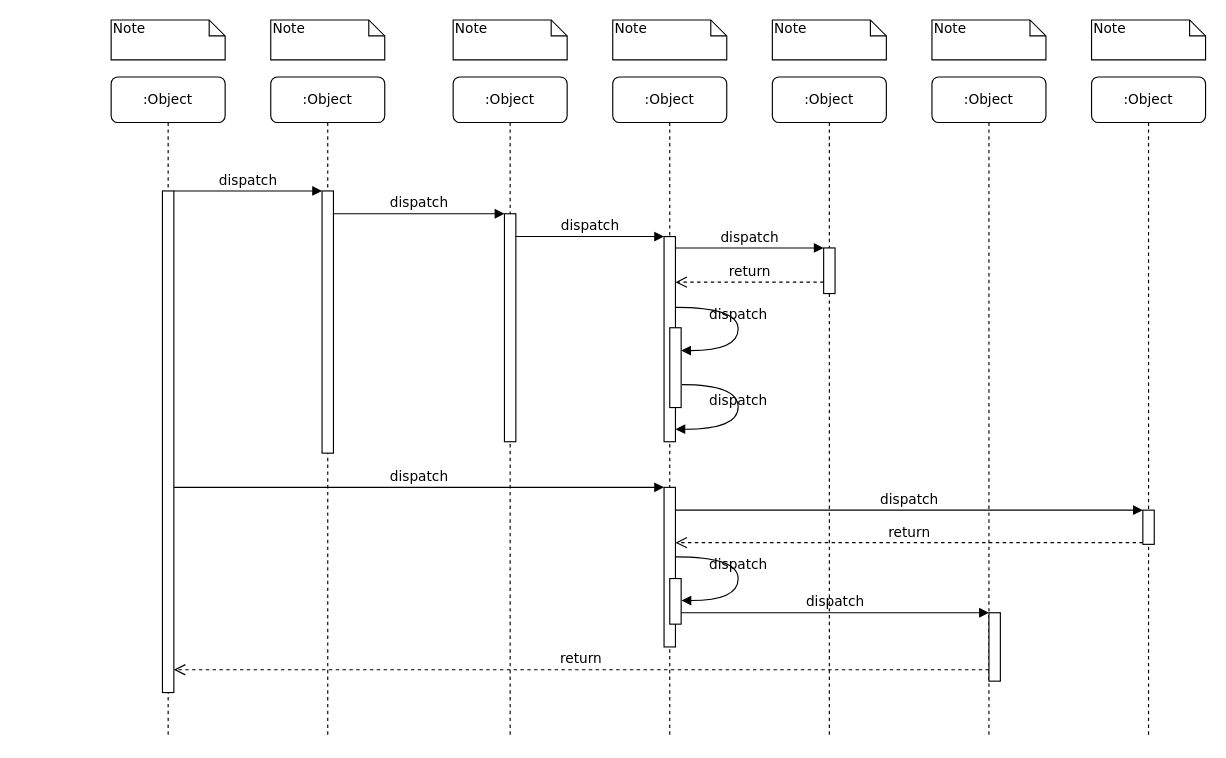
Earlier version of the draw.io diagram Diagrama de secuencia Blockbuster.drawio (andreamorenom/Laboratorio-Empresarial). Source tidied: cells renumbered, new cells numbered last; positions are measured from the earlier drawing's top-left corner, leaving out a move shared by most shapes. Both pictures are drawn from the tidied source at 114%, with x=0, y=0 at pixel (111, 19).
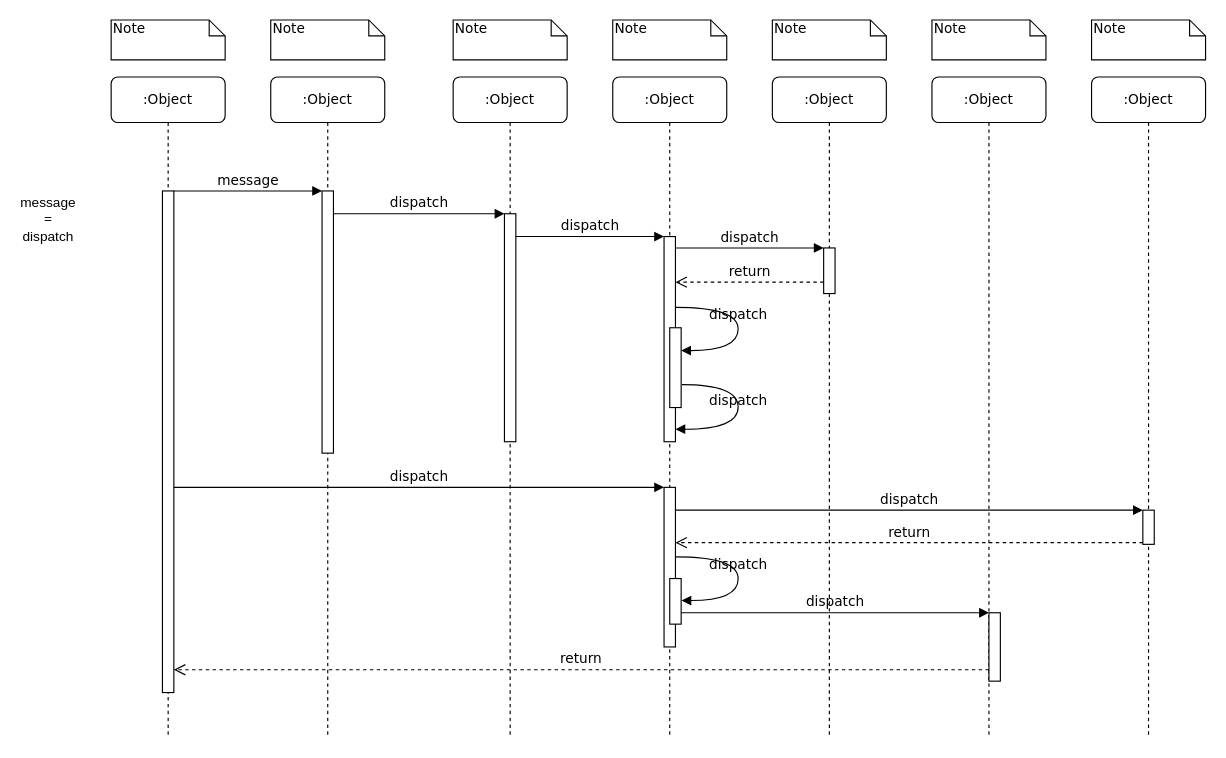
The same diagram, later.

Unchanged cells that the change refers to:
```xml
<mxCell id="3" style="html=1;points=[];perimeter=orthogonalPerimeter;rounded=0;shadow=0;comic=0;labelBackgroundColor=none;strokeWidth=1;fontFamily=Verdana;fontSize=12;align=center;" parent="2" vertex="1">
  <mxGeometry x="45" y="100" width="10" height="230" as="geometry" />
</mxCell>
<mxCell id="11" style="html=1;points=[];perimeter=orthogonalPerimeter;rounded=0;shadow=0;comic=0;labelBackgroundColor=none;strokeWidth=1;fontFamily=Verdana;fontSize=12;align=center;" parent="10" vertex="1">
  <mxGeometry x="45" y="100" width="10" height="440" as="geometry" />
</mxCell>
```

The edit, as a diff of the source:
```diff
@@
-    <mxCell id="25" value="dispatch" style="html=1;verticalAlign=bottom;endArrow=block;entryX=0;entryY=0;labelBackgroundColor=none;fontFamily=Verdana;fontSize=12;edgeStyle=elbowEdgeStyle;elbow=vertical;" parent="1" edge="1" source="11" target="3">
+    <mxCell id="25" value="message" style="html=1;verticalAlign=bottom;endArrow=block;entryX=0;entryY=0;labelBackgroundColor=none;fontFamily=Verdana;fontSize=12;edgeStyle=elbowEdgeStyle;elbow=vertical;" parent="1" edge="1" source="11" target="3">
       <mxGeometry relative="1" as="geometry" />
     </mxCell>
@@
+    <mxCell id="39" value="message = dispatch" style="text;html=1;align=center;verticalAlign=middle;whiteSpace=wrap;rounded=0;" parent="1" vertex="1">
+      <mxGeometry x="-80" y="160" width="50" height="30" as="geometry" />
+    </mxCell>
```
